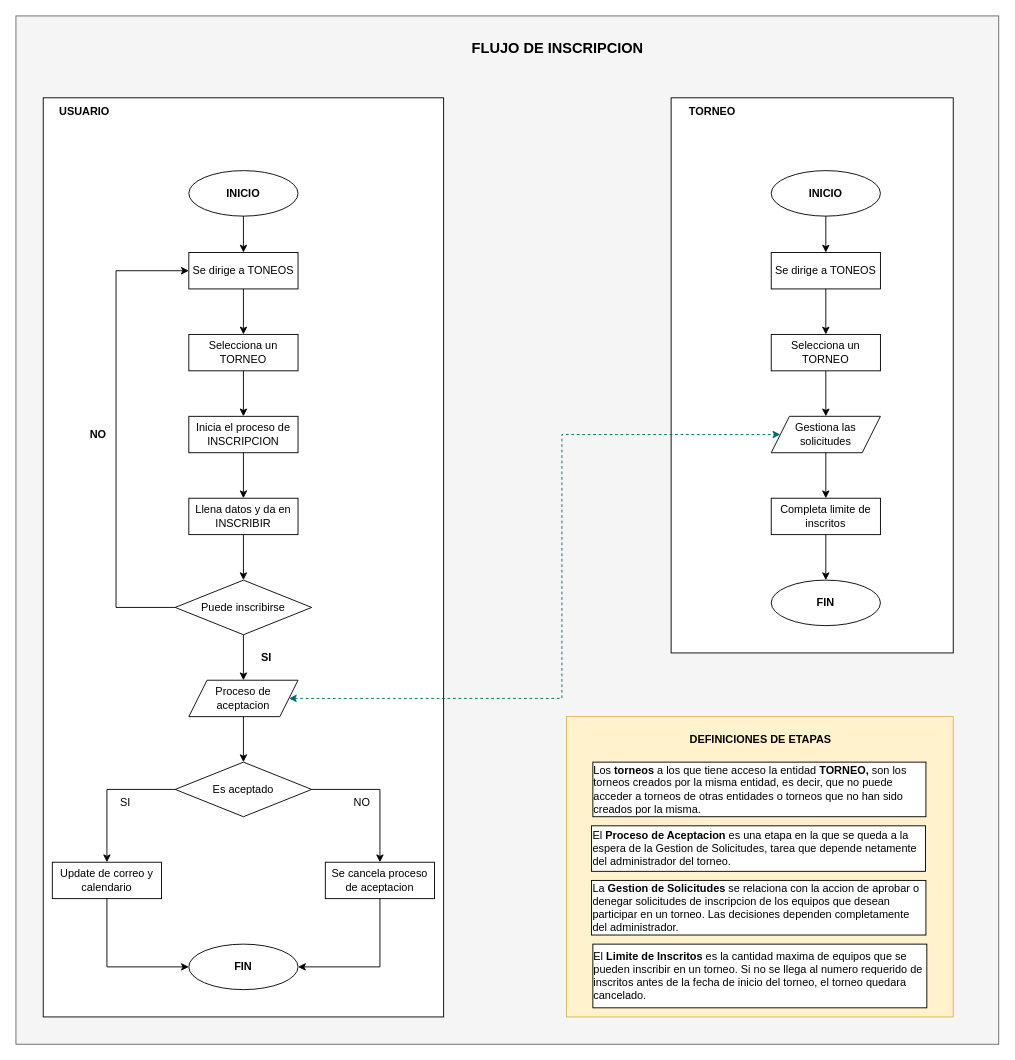
JosephBaquerizo/kruger-challenge keeps this draw.io diagram as page "inscripcion" (1 of 4) of Untitled Diagram.drawio. Above is the earlier version. Source tidied: cells renumbered, new cells numbered last; positions are measured from the earlier drawing's top-left corner, leaving out a move shared by most shapes. Both pictures are drawn from the tidied source at 91%, with x=0, y=0 at pixel (15, 15).
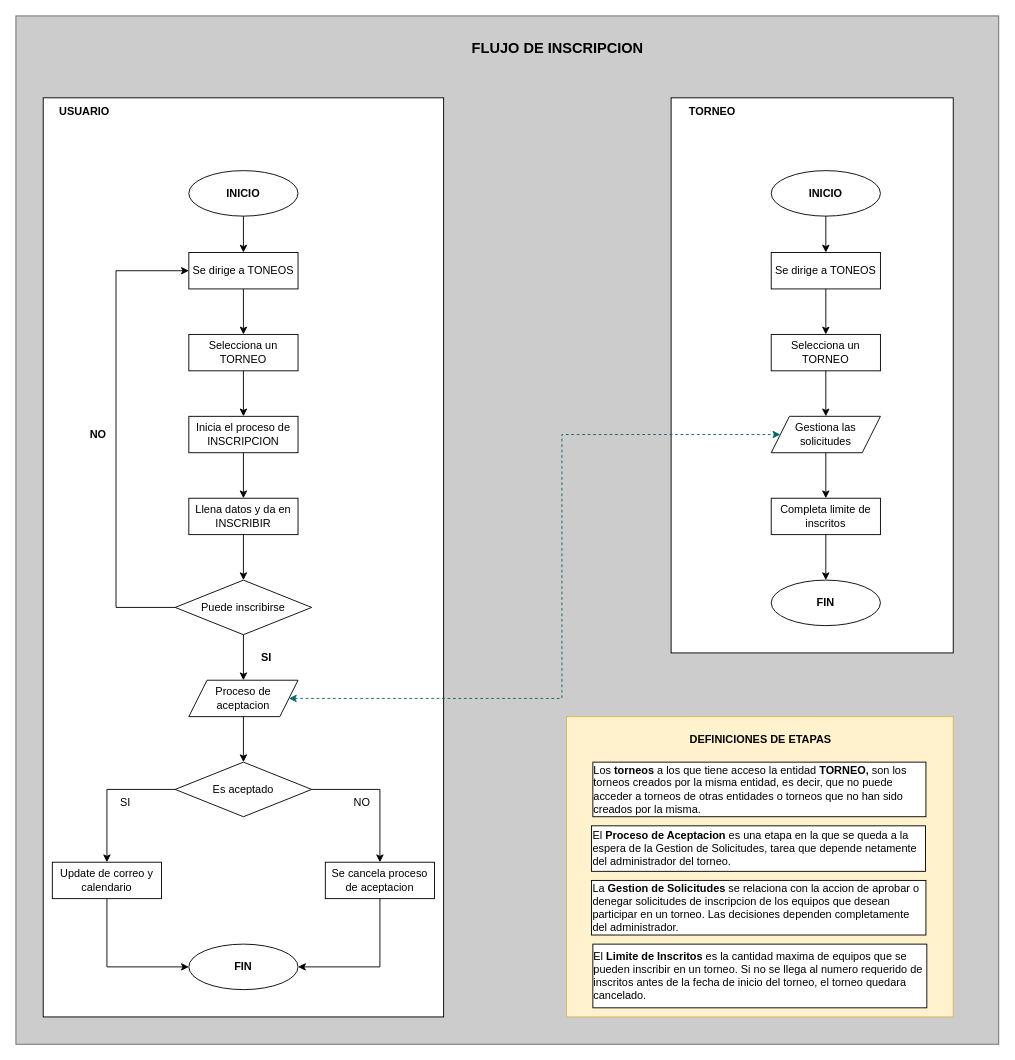
After the change.

Commit message:
tornio-flujo-gestion-partidos

What changed in the source:
```diff
@@
-    <mxCell id="2" style="rounded=0;whiteSpace=wrap;html=1;fillColor=#f5f5f5;fontColor=#333333;strokeColor=#666666;" parent="1" vertex="1">
+    <mxCell id="2" style="rounded=0;whiteSpace=wrap;html=1;fillColor=#CCCCCC;fontColor=#333333;strokeColor=#666666;" parent="1" vertex="1">
       <mxGeometry width="1080" height="1130" as="geometry" />
     </mxCell>
```
